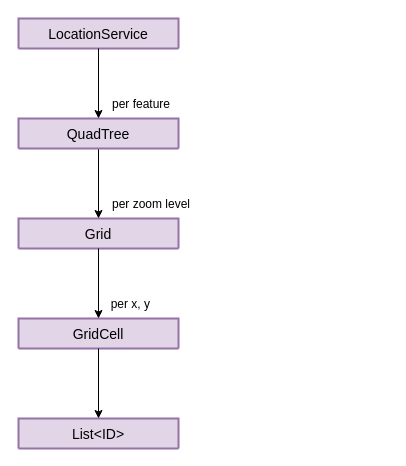
Before: page "quad-tree" (4 of 4) of _images/architecture.drawio in gartenkralle/geolocation-services-doc, a draw.io diagram. Source tidied: cells renumbered, new cells numbered last; positions are measured from the earlier drawing's top-left corner, leaving out a move shared by most shapes. Both pictures are drawn from the tidied source at 100%, with x=0, y=0 at pixel (18, 18).
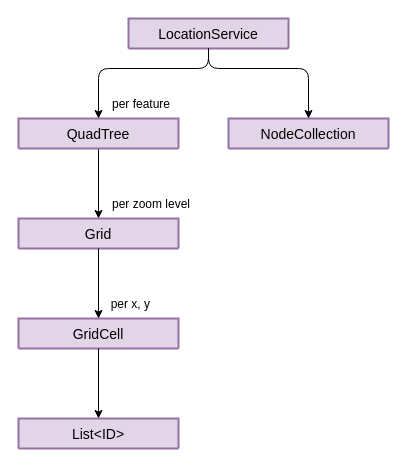
Above is the later version.

Change to the diagram source:
```diff
@@
 <mxGraphModel>
   <root>
     <mxCell id="0" />
     <mxCell id="1" parent="0" />
     <mxCell id="2" value="Grid" style="swimlane;horizontal=1;startSize=30;rounded=1;fontSize=14;fontStyle=0;strokeWidth=2;shadow=0;dashed=0;align=center;fillColor=#e1d5e7;strokeColor=#9673a6;" parent="1" vertex="1">
       <mxGeometry y="200" width="160" height="30" as="geometry" />
     </mxCell>
     <mxCell id="3" value="LocationService" style="swimlane;horizontal=1;startSize=30;rounded=1;fontSize=14;fontStyle=0;strokeWidth=2;shadow=0;dashed=0;align=center;fillColor=#e1d5e7;strokeColor=#9673a6;" parent="1" vertex="1">
-      <mxGeometry width="160" height="30" as="geometry" />
+      <mxGeometry x="110" width="160" height="30" as="geometry" />
     </mxCell>
     <mxCell id="4" style="endArrow=classic;html=1;rounded=0;exitX=0.5;exitY=1;exitDx=0;exitDy=0;entryX=0.5;entryY=0;entryDx=0;entryDy=0;" parent="1" edge="1" source="5" target="2">
       <mxGeometry relative="1" as="geometry" />
     </mxCell>
     <mxCell id="5" value="QuadTree" style="swimlane;horizontal=1;startSize=30;rounded=1;fontSize=14;fontStyle=0;strokeWidth=2;shadow=0;dashed=0;align=center;fillColor=#e1d5e7;strokeColor=#9673a6;" parent="1" vertex="1">
       <mxGeometry y="100" width="160" height="30" as="geometry" />
     </mxCell>
-    <mxCell id="6" style="endArrow=classic;html=1;rounded=0;exitX=0.5;exitY=1;exitDx=0;exitDy=0;entryX=0.5;entryY=0;entryDx=0;entryDy=0;" parent="1" edge="1" source="3" target="5">
-      <mxGeometry relative="1" as="geometry" />
+    <mxCell id="6" style="endArrow=classic;html=1;rounded=1;exitX=0.5;exitY=1;exitDx=0;exitDy=0;entryX=0.5;entryY=0;entryDx=0;entryDy=0;edgeStyle=orthogonalEdgeStyle;" parent="1" edge="1" source="3" target="5">
+      <mxGeometry relative="1" as="geometry">
+        <Array as="points">
+          <mxPoint x="190" y="50" />
+          <mxPoint x="80" y="50" />
+        </Array>
+      </mxGeometry>
     </mxCell>
     <mxCell id="7" value="per feature" style="html=1;align=right;verticalAlign=bottom;direction=south;spacingRight=-2;spacingBottom=6;" parent="1" vertex="1">
       <mxGeometry x="150" y="100" as="geometry" />
     </mxCell>
     <mxCell id="8" value="GridCell" style="swimlane;horizontal=1;startSize=30;rounded=1;fontSize=14;fontStyle=0;strokeWidth=2;shadow=0;dashed=0;align=center;fillColor=#e1d5e7;strokeColor=#9673a6;" parent="1" vertex="1">
       <mxGeometry y="300" width="160" height="30" as="geometry" />
     </mxCell>
     <mxCell id="9" value="per zoom level" style="html=1;align=right;verticalAlign=bottom;direction=south;spacingRight=-2;spacingBottom=6;" parent="1" vertex="1">
       <mxGeometry x="170" y="200" as="geometry" />
     </mxCell>
     <mxCell id="10" style="endArrow=classic;html=1;rounded=0;exitX=0.5;exitY=1;exitDx=0;exitDy=0;entryX=0.5;entryY=0;entryDx=0;entryDy=0;" parent="1" edge="1" source="2" target="8">
       <mxGeometry relative="1" as="geometry" />
     </mxCell>
     <mxCell id="11" value="per x, y" style="html=1;align=right;verticalAlign=bottom;direction=south;spacingRight=-2;spacingBottom=6;" parent="1" vertex="1">
       <mxGeometry x="130" y="300" as="geometry" />
     </mxCell>
     <mxCell id="12" value="List&lt;ID&gt;" style="swimlane;horizontal=1;startSize=30;rounded=1;fontSize=14;fontStyle=0;strokeWidth=2;shadow=0;dashed=0;align=center;fillColor=#e1d5e7;strokeColor=#9673a6;" parent="1" vertex="1">
       <mxGeometry y="400" width="160" height="30" as="geometry" />
     </mxCell>
     <mxCell id="13" style="endArrow=classic;html=1;rounded=0;exitX=0.5;exitY=1;exitDx=0;exitDy=0;entryX=0.5;entryY=0;entryDx=0;entryDy=0;" parent="1" edge="1" source="8" target="12">
       <mxGeometry relative="1" as="geometry" />
     </mxCell>
+    <mxCell id="14" value="NodeCollection" style="swimlane;horizontal=1;startSize=30;rounded=1;fontSize=14;fontStyle=0;strokeWidth=2;shadow=0;dashed=0;align=center;fillColor=#e1d5e7;strokeColor=#9673a6;" parent="1" vertex="1">
+      <mxGeometry x="210" y="100" width="160" height="30" as="geometry" />
+    </mxCell>
+    <mxCell id="15" style="endArrow=classic;html=1;rounded=1;exitX=0.5;exitY=1;exitDx=0;exitDy=0;entryX=0.5;entryY=0;entryDx=0;entryDy=0;edgeStyle=orthogonalEdgeStyle;" parent="1" edge="1" source="3" target="14">
+      <mxGeometry relative="1" as="geometry">
+        <Array as="points">
+          <mxPoint x="190" y="50" />
+          <mxPoint x="290" y="50" />
+        </Array>
+      </mxGeometry>
+    </mxCell>
   </root>
 </mxGraphModel>
```
